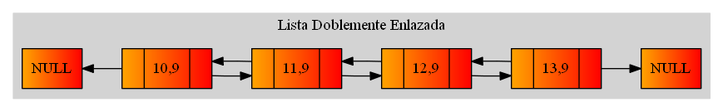
Above: graficaLD.png in Tiago-130414/EDD_1S2019_P1_201313722 (Graphviz), before the change. Its source is kept beside it as graficaLD.dot. Its diagram source:
```dot
digraph{
rankdir=LR;
labelloc="t";
subgraph cluster_0{
style=filled;
color = lightgrey;
node[shape=record];
NodoPN[label="NULL"style = filled, fillcolor = "orange:red"];
Nodo10C9[label="{ |10,9| }"style = filled, fillcolor = "orange:red"];
Nodo11C9[label="{ |11,9| }"style = filled, fillcolor = "orange:red"];
Nodo12C9[label="{ |12,9| }"style = filled, fillcolor = "orange:red"];
Nodo13C9[label="{ |13,9| }"style = filled, fillcolor = "orange:red"];
NodoUN[label="NULL"style = filled, fillcolor = "orange:red"];
NodoPN->Nodo10C9[dir=back];
Nodo10C9->Nodo11C9;
Nodo11C9->Nodo10C9;
Nodo11C9->Nodo12C9;
Nodo12C9->Nodo11C9;
Nodo12C9->Nodo13C9;
Nodo13C9->Nodo12C9;
Nodo13C9->NodoUN;
label = "Lista Doblemente Enlazada";
}
}
```
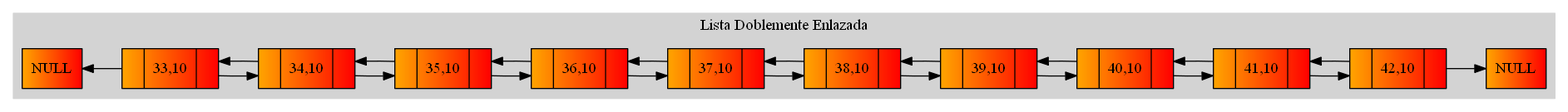
The same file after the commit.

What changed in the source:
```diff
@@ -6,19 +6,37 @@
 color = lightgrey;
 node[shape=record];
 NodoPN[label="NULL"style = filled, fillcolor = "orange:red"];
-Nodo10C9[label="{ |10,9| }"style = filled, fillcolor = "orange:red"];
-Nodo11C9[label="{ |11,9| }"style = filled, fillcolor = "orange:red"];
-Nodo12C9[label="{ |12,9| }"style = filled, fillcolor = "orange:red"];
-Nodo13C9[label="{ |13,9| }"style = filled, fillcolor = "orange:red"];
+Nodo33C10[label="{ |33,10| }"style = filled, fillcolor = "orange:red"];
+Nodo34C10[label="{ |34,10| }"style = filled, fillcolor = "orange:red"];
+Nodo35C10[label="{ |35,10| }"style = filled, fillcolor = "orange:red"];
+Nodo36C10[label="{ |36,10| }"style = filled, fillcolor = "orange:red"];
+Nodo37C10[label="{ |37,10| }"style = filled, fillcolor = "orange:red"];
+Nodo38C10[label="{ |38,10| }"style = filled, fillcolor = "orange:red"];
+Nodo39C10[label="{ |39,10| }"style = filled, fillcolor = "orange:red"];
+Nodo40C10[label="{ |40,10| }"style = filled, fillcolor = "orange:red"];
+Nodo41C10[label="{ |41,10| }"style = filled, fillcolor = "orange:red"];
+Nodo42C10[label="{ |42,10| }"style = filled, fillcolor = "orange:red"];
 NodoUN[label="NULL"style = filled, fillcolor = "orange:red"];
-NodoPN->Nodo10C9[dir=back];
-Nodo10C9->Nodo11C9;
-Nodo11C9->Nodo10C9;
-Nodo11C9->Nodo12C9;
-Nodo12C9->Nodo11C9;
-Nodo12C9->Nodo13C9;
-Nodo13C9->Nodo12C9;
-Nodo13C9->NodoUN;
+NodoPN->Nodo33C10[dir=back];
+Nodo33C10->Nodo34C10;
+Nodo34C10->Nodo33C10;
+Nodo34C10->Nodo35C10;
+Nodo35C10->Nodo34C10;
+Nodo35C10->Nodo36C10;
+Nodo36C10->Nodo35C10;
+Nodo36C10->Nodo37C10;
+Nodo37C10->Nodo36C10;
+Nodo37C10->Nodo38C10;
+Nodo38C10->Nodo37C10;
+Nodo38C10->Nodo39C10;
+Nodo39C10->Nodo38C10;
+Nodo39C10->Nodo40C10;
+Nodo40C10->Nodo39C10;
+Nodo40C10->Nodo41C10;
+Nodo41C10->Nodo40C10;
+Nodo41C10->Nodo42C10;
+Nodo42C10->Nodo41C10;
+Nodo42C10->NodoUN;
 label = "Lista Doblemente Enlazada";
 }
 }
```
